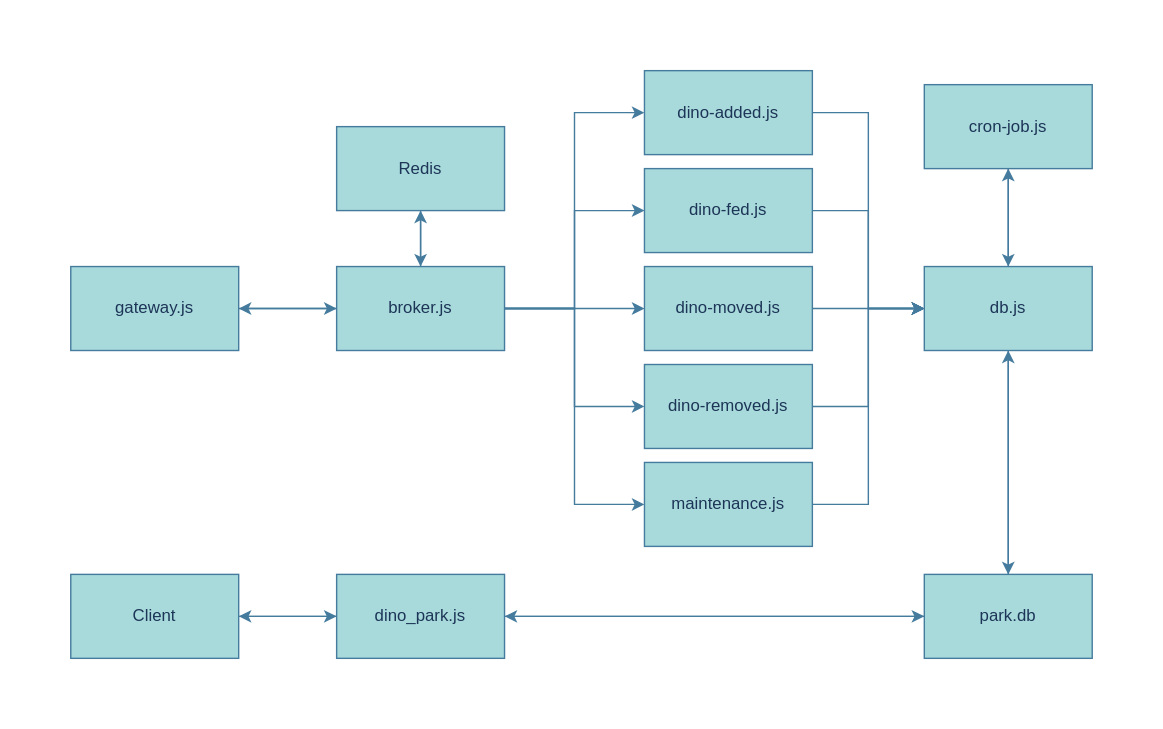
Earlier version of the draw.io export images/Dino_park_Architecture.svg (SebastianJordaan/dino_park). Source tidied: cells renumbered, new cells last; positions are measured from the earlier drawing's top-left corner, leaving out a move shared by most shapes.
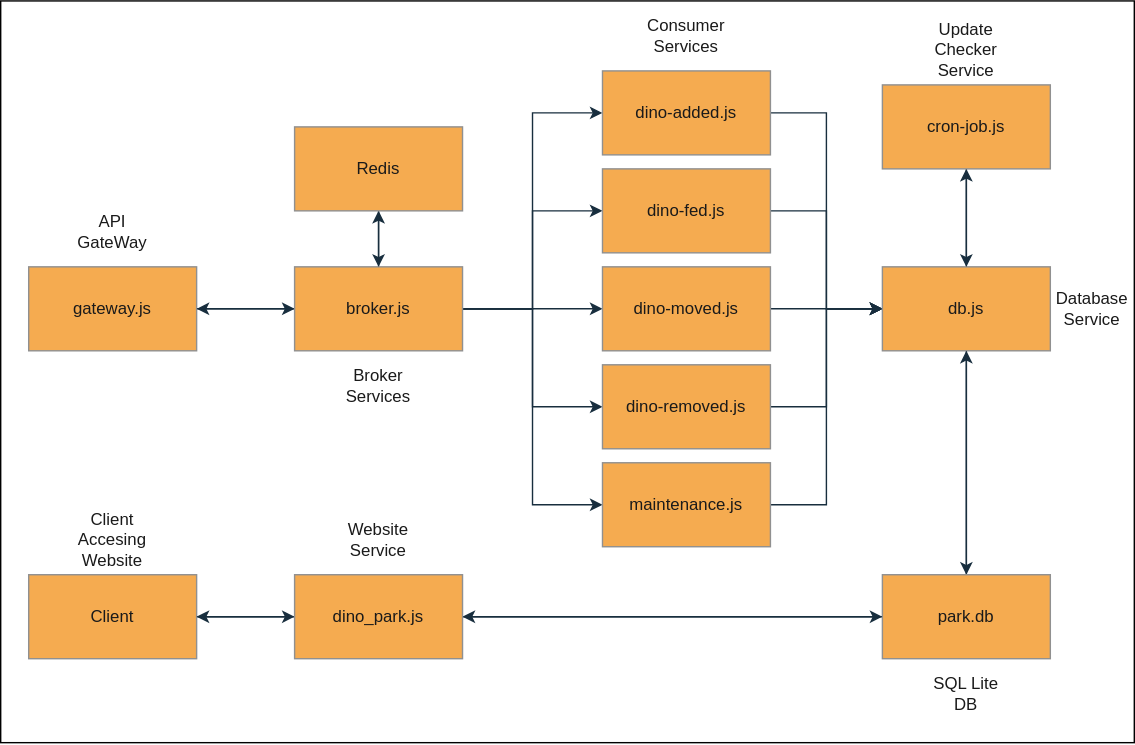
After the change.

Diff of the diagram source:
```diff
@@ -2,112 +2,139 @@
   <root>
     <mxCell id="0" />
     <mxCell id="1" parent="0" />
+    <mxCell id="37" style="rounded=0;whiteSpace=wrap;html=1;" parent="1" vertex="1">
+      <mxGeometry x="-20" y="-50" width="810" height="530" as="geometry" />
+    </mxCell>
-    <mxCell id="2" style="edgeStyle=orthogonalEdgeStyle;rounded=0;jettySize=auto;html=1;entryX=0;entryY=0.5;entryDx=0;entryDy=0;labelBackgroundColor=none;strokeColor=#457B9D;fontColor=default;" parent="1" edge="1" source="3" target="11">
+    <mxCell id="2" style="edgeStyle=orthogonalEdgeStyle;rounded=0;jettySize=auto;html=1;entryX=0;entryY=0.5;entryDx=0;entryDy=0;labelBackgroundColor=none;strokeColor=#182E3E;fontColor=default;" parent="1" edge="1" source="3" target="11">
       <mxGeometry relative="1" as="geometry" />
     </mxCell>
-    <mxCell id="3" value="gateway.js" style="rounded=0;whiteSpace=wrap;html=1;labelBackgroundColor=none;fillColor=#A8DADC;strokeColor=#457B9D;fontColor=#1D3557;" parent="1" vertex="1">
+    <mxCell id="3" value="gateway.js" style="rounded=0;whiteSpace=wrap;html=1;labelBackgroundColor=none;fillColor=#F5AB50;strokeColor=#909090;fontColor=#1A1A1A;" parent="1" vertex="1">
       <mxGeometry y="140" width="120" height="60" as="geometry" />
     </mxCell>
-    <mxCell id="4" style="edgeStyle=orthogonalEdgeStyle;rounded=0;jettySize=auto;html=1;entryX=1;entryY=0.5;entryDx=0;entryDy=0;labelBackgroundColor=none;strokeColor=#457B9D;fontColor=default;" parent="1" edge="1" source="11" target="3">
+    <mxCell id="4" style="edgeStyle=orthogonalEdgeStyle;rounded=0;jettySize=auto;html=1;entryX=1;entryY=0.5;entryDx=0;entryDy=0;labelBackgroundColor=none;strokeColor=#182E3E;fontColor=default;" parent="1" edge="1" source="11" target="3">
       <mxGeometry relative="1" as="geometry" />
     </mxCell>
-    <mxCell id="5" style="edgeStyle=orthogonalEdgeStyle;rounded=0;jettySize=auto;html=1;entryX=0.5;entryY=1;entryDx=0;entryDy=0;labelBackgroundColor=none;strokeColor=#457B9D;fontColor=default;" parent="1" edge="1" source="11" target="23">
+    <mxCell id="5" style="edgeStyle=orthogonalEdgeStyle;rounded=0;jettySize=auto;html=1;entryX=0.5;entryY=1;entryDx=0;entryDy=0;labelBackgroundColor=none;strokeColor=#182E3E;fontColor=default;" parent="1" edge="1" source="11" target="23">
       <mxGeometry relative="1" as="geometry" />
     </mxCell>
-    <mxCell id="6" style="edgeStyle=orthogonalEdgeStyle;rounded=0;jettySize=auto;html=1;entryX=0;entryY=0.5;entryDx=0;entryDy=0;labelBackgroundColor=none;strokeColor=#457B9D;fontColor=default;" parent="1" edge="1" source="11" target="13">
+    <mxCell id="6" style="edgeStyle=orthogonalEdgeStyle;rounded=0;jettySize=auto;html=1;entryX=0;entryY=0.5;entryDx=0;entryDy=0;labelBackgroundColor=none;strokeColor=#182E3E;fontColor=default;" parent="1" edge="1" source="11" target="13">
       <mxGeometry relative="1" as="geometry" />
     </mxCell>
-    <mxCell id="7" style="edgeStyle=orthogonalEdgeStyle;rounded=0;jettySize=auto;html=1;entryX=0;entryY=0.5;entryDx=0;entryDy=0;labelBackgroundColor=none;strokeColor=#457B9D;fontColor=default;" parent="1" edge="1" source="11" target="15">
+    <mxCell id="7" style="edgeStyle=orthogonalEdgeStyle;rounded=0;jettySize=auto;html=1;entryX=0;entryY=0.5;entryDx=0;entryDy=0;labelBackgroundColor=none;strokeColor=#182E3E;fontColor=default;" parent="1" edge="1" source="11" target="15">
       <mxGeometry relative="1" as="geometry" />
     </mxCell>
-    <mxCell id="8" style="edgeStyle=orthogonalEdgeStyle;rounded=0;jettySize=auto;html=1;entryX=0;entryY=0.5;entryDx=0;entryDy=0;labelBackgroundColor=none;strokeColor=#457B9D;fontColor=default;" parent="1" edge="1" source="11" target="17">
+    <mxCell id="8" style="edgeStyle=orthogonalEdgeStyle;rounded=0;jettySize=auto;html=1;entryX=0;entryY=0.5;entryDx=0;entryDy=0;labelBackgroundColor=none;strokeColor=#182E3E;fontColor=default;" parent="1" edge="1" source="11" target="17">
       <mxGeometry relative="1" as="geometry" />
     </mxCell>
-    <mxCell id="9" style="edgeStyle=orthogonalEdgeStyle;rounded=0;jettySize=auto;html=1;entryX=0;entryY=0.5;entryDx=0;entryDy=0;labelBackgroundColor=none;strokeColor=#457B9D;fontColor=default;" parent="1" edge="1" source="11" target="19">
+    <mxCell id="9" style="edgeStyle=orthogonalEdgeStyle;rounded=0;jettySize=auto;html=1;entryX=0;entryY=0.5;entryDx=0;entryDy=0;labelBackgroundColor=none;strokeColor=#182E3E;fontColor=default;" parent="1" edge="1" source="11" target="19">
       <mxGeometry relative="1" as="geometry" />
     </mxCell>
-    <mxCell id="10" style="edgeStyle=orthogonalEdgeStyle;rounded=0;jettySize=auto;html=1;entryX=0;entryY=0.5;entryDx=0;entryDy=0;labelBackgroundColor=none;strokeColor=#457B9D;fontColor=default;" parent="1" edge="1" source="11" target="21">
+    <mxCell id="10" style="edgeStyle=orthogonalEdgeStyle;rounded=0;jettySize=auto;html=1;entryX=0;entryY=0.5;entryDx=0;entryDy=0;labelBackgroundColor=none;strokeColor=#182E3E;fontColor=default;" parent="1" edge="1" source="11" target="21">
       <mxGeometry relative="1" as="geometry" />
     </mxCell>
-    <mxCell id="11" value="broker.js" style="rounded=0;whiteSpace=wrap;html=1;labelBackgroundColor=none;fillColor=#A8DADC;strokeColor=#457B9D;fontColor=#1D3557;" parent="1" vertex="1">
+    <mxCell id="11" value="broker.js" style="rounded=0;whiteSpace=wrap;html=1;labelBackgroundColor=none;fillColor=#F5AB50;strokeColor=#909090;fontColor=#1A1A1A;" parent="1" vertex="1">
       <mxGeometry x="190" y="140" width="120" height="60" as="geometry" />
     </mxCell>
-    <mxCell id="12" style="edgeStyle=orthogonalEdgeStyle;rounded=0;jettySize=auto;html=1;entryX=0;entryY=0.5;entryDx=0;entryDy=0;labelBackgroundColor=none;strokeColor=#457B9D;fontColor=default;" parent="1" edge="1" source="13" target="26">
+    <mxCell id="12" style="edgeStyle=orthogonalEdgeStyle;rounded=0;jettySize=auto;html=1;entryX=0;entryY=0.5;entryDx=0;entryDy=0;labelBackgroundColor=none;strokeColor=#182E3E;fontColor=default;" parent="1" edge="1" source="13" target="26">
       <mxGeometry relative="1" as="geometry" />
     </mxCell>
-    <mxCell id="13" value="dino-added.js" style="rounded=0;whiteSpace=wrap;html=1;labelBackgroundColor=none;fillColor=#A8DADC;strokeColor=#457B9D;fontColor=#1D3557;" parent="1" vertex="1">
+    <mxCell id="13" value="dino-added.js" style="rounded=0;whiteSpace=wrap;html=1;labelBackgroundColor=none;fillColor=#F5AB50;strokeColor=#909090;fontColor=#1A1A1A;" parent="1" vertex="1">
       <mxGeometry x="410" width="120" height="60" as="geometry" />
     </mxCell>
-    <mxCell id="14" style="edgeStyle=orthogonalEdgeStyle;rounded=0;jettySize=auto;html=1;entryX=0;entryY=0.5;entryDx=0;entryDy=0;labelBackgroundColor=none;strokeColor=#457B9D;fontColor=default;" parent="1" edge="1" source="15" target="26">
+    <mxCell id="14" style="edgeStyle=orthogonalEdgeStyle;rounded=0;jettySize=auto;html=1;entryX=0;entryY=0.5;entryDx=0;entryDy=0;labelBackgroundColor=none;strokeColor=#182E3E;fontColor=default;" parent="1" edge="1" source="15" target="26">
       <mxGeometry relative="1" as="geometry" />
     </mxCell>
-    <mxCell id="15" value="dino-fed.js" style="rounded=0;whiteSpace=wrap;html=1;labelBackgroundColor=none;fillColor=#A8DADC;strokeColor=#457B9D;fontColor=#1D3557;" parent="1" vertex="1">
+    <mxCell id="15" value="dino-fed.js" style="rounded=0;whiteSpace=wrap;html=1;labelBackgroundColor=none;fillColor=#F5AB50;strokeColor=#909090;fontColor=#1A1A1A;" parent="1" vertex="1">
       <mxGeometry x="410" y="70" width="120" height="60" as="geometry" />
     </mxCell>
-    <mxCell id="16" style="edgeStyle=orthogonalEdgeStyle;rounded=0;jettySize=auto;html=1;entryX=0;entryY=0.5;entryDx=0;entryDy=0;labelBackgroundColor=none;strokeColor=#457B9D;fontColor=default;" parent="1" edge="1" source="17" target="26">
+    <mxCell id="16" style="edgeStyle=orthogonalEdgeStyle;rounded=0;jettySize=auto;html=1;entryX=0;entryY=0.5;entryDx=0;entryDy=0;labelBackgroundColor=none;strokeColor=#182E3E;fontColor=default;" parent="1" edge="1" source="17" target="26">
       <mxGeometry relative="1" as="geometry" />
     </mxCell>
-    <mxCell id="17" value="dino-moved.js" style="rounded=0;whiteSpace=wrap;html=1;labelBackgroundColor=none;fillColor=#A8DADC;strokeColor=#457B9D;fontColor=#1D3557;" parent="1" vertex="1">
+    <mxCell id="17" value="dino-moved.js" style="rounded=0;whiteSpace=wrap;html=1;labelBackgroundColor=none;fillColor=#F5AB50;strokeColor=#909090;fontColor=#1A1A1A;" parent="1" vertex="1">
       <mxGeometry x="410" y="140" width="120" height="60" as="geometry" />
     </mxCell>
-    <mxCell id="18" style="edgeStyle=orthogonalEdgeStyle;rounded=0;jettySize=auto;html=1;entryX=0;entryY=0.5;entryDx=0;entryDy=0;labelBackgroundColor=none;strokeColor=#457B9D;fontColor=default;" parent="1" edge="1" source="19" target="26">
+    <mxCell id="18" style="edgeStyle=orthogonalEdgeStyle;rounded=0;jettySize=auto;html=1;entryX=0;entryY=0.5;entryDx=0;entryDy=0;labelBackgroundColor=none;strokeColor=#182E3E;fontColor=default;" parent="1" edge="1" source="19" target="26">
       <mxGeometry relative="1" as="geometry" />
     </mxCell>
-    <mxCell id="19" value="dino-removed.js" style="rounded=0;whiteSpace=wrap;html=1;labelBackgroundColor=none;fillColor=#A8DADC;strokeColor=#457B9D;fontColor=#1D3557;" parent="1" vertex="1">
+    <mxCell id="19" value="dino-removed.js" style="rounded=0;whiteSpace=wrap;html=1;labelBackgroundColor=none;fillColor=#F5AB50;strokeColor=#909090;fontColor=#1A1A1A;" parent="1" vertex="1">
       <mxGeometry x="410" y="210" width="120" height="60" as="geometry" />
     </mxCell>
-    <mxCell id="20" style="edgeStyle=orthogonalEdgeStyle;rounded=0;jettySize=auto;html=1;entryX=0;entryY=0.5;entryDx=0;entryDy=0;labelBackgroundColor=none;strokeColor=#457B9D;fontColor=default;" parent="1" edge="1" source="21" target="26">
+    <mxCell id="20" style="edgeStyle=orthogonalEdgeStyle;rounded=0;jettySize=auto;html=1;entryX=0;entryY=0.5;entryDx=0;entryDy=0;labelBackgroundColor=none;strokeColor=#182E3E;fontColor=default;" parent="1" edge="1" source="21" target="26">
       <mxGeometry relative="1" as="geometry" />
     </mxCell>
-    <mxCell id="21" value="maintenance.js" style="rounded=0;whiteSpace=wrap;html=1;labelBackgroundColor=none;fillColor=#A8DADC;strokeColor=#457B9D;fontColor=#1D3557;" parent="1" vertex="1">
+    <mxCell id="21" value="maintenance.js" style="rounded=0;whiteSpace=wrap;html=1;labelBackgroundColor=none;fillColor=#F5AB50;strokeColor=#909090;fontColor=#1A1A1A;" parent="1" vertex="1">
       <mxGeometry x="410" y="280" width="120" height="60" as="geometry" />
     </mxCell>
-    <mxCell id="22" style="edgeStyle=orthogonalEdgeStyle;rounded=0;jettySize=auto;html=1;entryX=0.5;entryY=0;entryDx=0;entryDy=0;labelBackgroundColor=none;strokeColor=#457B9D;fontColor=default;" parent="1" edge="1" source="23" target="11">
+    <mxCell id="22" style="edgeStyle=orthogonalEdgeStyle;rounded=0;jettySize=auto;html=1;entryX=0.5;entryY=0;entryDx=0;entryDy=0;labelBackgroundColor=none;strokeColor=#182E3E;fontColor=default;" parent="1" edge="1" source="23" target="11">
       <mxGeometry relative="1" as="geometry" />
     </mxCell>
-    <mxCell id="23" value="Redis" style="rounded=0;whiteSpace=wrap;html=1;labelBackgroundColor=none;fillColor=#A8DADC;strokeColor=#457B9D;fontColor=#1D3557;" parent="1" vertex="1">
+    <mxCell id="23" value="Redis" style="rounded=0;whiteSpace=wrap;html=1;labelBackgroundColor=none;fillColor=#F5AB50;strokeColor=#909090;fontColor=#1A1A1A;" parent="1" vertex="1">
       <mxGeometry x="190" y="40" width="120" height="60" as="geometry" />
     </mxCell>
-    <mxCell id="24" style="edgeStyle=orthogonalEdgeStyle;rounded=0;jettySize=auto;html=1;entryX=0.5;entryY=0;entryDx=0;entryDy=0;labelBackgroundColor=none;strokeColor=#457B9D;fontColor=default;" parent="1" edge="1" source="26" target="29">
+    <mxCell id="24" style="edgeStyle=orthogonalEdgeStyle;rounded=0;jettySize=auto;html=1;entryX=0.5;entryY=0;entryDx=0;entryDy=0;labelBackgroundColor=none;strokeColor=#182E3E;fontColor=default;" parent="1" edge="1" source="26" target="29">
       <mxGeometry relative="1" as="geometry" />
     </mxCell>
-    <mxCell id="25" style="edgeStyle=orthogonalEdgeStyle;rounded=0;jettySize=auto;html=1;entryX=0.5;entryY=1;entryDx=0;entryDy=0;labelBackgroundColor=none;strokeColor=#457B9D;fontColor=default;" parent="1" edge="1" source="26" target="36">
+    <mxCell id="25" style="edgeStyle=orthogonalEdgeStyle;rounded=0;jettySize=auto;html=1;entryX=0.5;entryY=1;entryDx=0;entryDy=0;labelBackgroundColor=none;strokeColor=#182E3E;fontColor=default;" parent="1" edge="1" source="26" target="36">
       <mxGeometry relative="1" as="geometry" />
     </mxCell>
-    <mxCell id="26" value="db.js" style="rounded=0;whiteSpace=wrap;html=1;labelBackgroundColor=none;fillColor=#A8DADC;strokeColor=#457B9D;fontColor=#1D3557;" parent="1" vertex="1">
+    <mxCell id="26" value="db.js" style="rounded=0;whiteSpace=wrap;html=1;labelBackgroundColor=none;fillColor=#F5AB50;strokeColor=#909090;fontColor=#1A1A1A;" parent="1" vertex="1">
       <mxGeometry x="610" y="140" width="120" height="60" as="geometry" />
     </mxCell>
-    <mxCell id="27" style="edgeStyle=orthogonalEdgeStyle;rounded=0;jettySize=auto;html=1;entryX=0.5;entryY=1;entryDx=0;entryDy=0;labelBackgroundColor=none;strokeColor=#457B9D;fontColor=default;" parent="1" edge="1" source="29" target="26">
+    <mxCell id="27" style="edgeStyle=orthogonalEdgeStyle;rounded=0;jettySize=auto;html=1;entryX=0.5;entryY=1;entryDx=0;entryDy=0;labelBackgroundColor=none;strokeColor=#182E3E;fontColor=default;" parent="1" edge="1" source="29" target="26">
       <mxGeometry relative="1" as="geometry" />
     </mxCell>
-    <mxCell id="28" style="edgeStyle=orthogonalEdgeStyle;rounded=0;jettySize=auto;html=1;entryX=1;entryY=0.5;entryDx=0;entryDy=0;labelBackgroundColor=none;strokeColor=#457B9D;fontColor=default;" parent="1" edge="1" source="29" target="34">
+    <mxCell id="28" style="edgeStyle=orthogonalEdgeStyle;rounded=0;jettySize=auto;html=1;entryX=1;entryY=0.5;entryDx=0;entryDy=0;labelBackgroundColor=none;strokeColor=#182E3E;fontColor=default;" parent="1" edge="1" source="29" target="34">
       <mxGeometry relative="1" as="geometry" />
     </mxCell>
-    <mxCell id="29" value="park.db" style="rounded=0;whiteSpace=wrap;html=1;labelBackgroundColor=none;fillColor=#A8DADC;strokeColor=#457B9D;fontColor=#1D3557;" parent="1" vertex="1">
+    <mxCell id="29" value="park.db" style="rounded=0;whiteSpace=wrap;html=1;labelBackgroundColor=none;fillColor=#F5AB50;strokeColor=#909090;fontColor=#1A1A1A;" parent="1" vertex="1">
       <mxGeometry x="610" y="360" width="120" height="60" as="geometry" />
     </mxCell>
-    <mxCell id="30" style="edgeStyle=orthogonalEdgeStyle;rounded=0;jettySize=auto;html=1;entryX=0;entryY=0.5;entryDx=0;entryDy=0;labelBackgroundColor=none;strokeColor=#457B9D;fontColor=default;" parent="1" edge="1" source="31" target="34">
+    <mxCell id="30" style="edgeStyle=orthogonalEdgeStyle;rounded=0;jettySize=auto;html=1;entryX=0;entryY=0.5;entryDx=0;entryDy=0;labelBackgroundColor=none;strokeColor=#182E3E;fontColor=default;" parent="1" edge="1" source="31" target="34">
       <mxGeometry relative="1" as="geometry" />
     </mxCell>
-    <mxCell id="31" value="Client" style="rounded=0;whiteSpace=wrap;html=1;labelBackgroundColor=none;fillColor=#A8DADC;strokeColor=#457B9D;fontColor=#1D3557;" parent="1" vertex="1">
+    <mxCell id="31" value="Client" style="rounded=0;whiteSpace=wrap;html=1;labelBackgroundColor=none;fillColor=#F5AB50;strokeColor=#909090;fontColor=#1A1A1A;" parent="1" vertex="1">
       <mxGeometry y="360" width="120" height="60" as="geometry" />
     </mxCell>
-    <mxCell id="32" style="edgeStyle=orthogonalEdgeStyle;rounded=0;jettySize=auto;html=1;labelBackgroundColor=none;strokeColor=#457B9D;fontColor=default;" parent="1" edge="1" source="34">
+    <mxCell id="32" style="edgeStyle=orthogonalEdgeStyle;rounded=0;jettySize=auto;html=1;labelBackgroundColor=none;strokeColor=#182E3E;fontColor=default;" parent="1" edge="1" source="34">
       <mxGeometry relative="1" as="geometry">
         <mxPoint x="610" y="390" as="targetPoint" />
       </mxGeometry>
     </mxCell>
-    <mxCell id="33" style="edgeStyle=orthogonalEdgeStyle;rounded=0;jettySize=auto;html=1;entryX=1;entryY=0.5;entryDx=0;entryDy=0;labelBackgroundColor=none;strokeColor=#457B9D;fontColor=default;" parent="1" edge="1" source="34" target="31">
+    <mxCell id="33" style="edgeStyle=orthogonalEdgeStyle;rounded=0;jettySize=auto;html=1;entryX=1;entryY=0.5;entryDx=0;entryDy=0;labelBackgroundColor=none;strokeColor=#182E3E;fontColor=default;" parent="1" edge="1" source="34" target="31">
       <mxGeometry relative="1" as="geometry" />
     </mxCell>
-    <mxCell id="34" value="dino_park.js" style="rounded=0;whiteSpace=wrap;html=1;labelBackgroundColor=none;fillColor=#A8DADC;strokeColor=#457B9D;fontColor=#1D3557;" parent="1" vertex="1">
+    <mxCell id="34" value="dino_park.js" style="rounded=0;whiteSpace=wrap;html=1;labelBackgroundColor=none;fillColor=#F5AB50;strokeColor=#909090;fontColor=#1A1A1A;" parent="1" vertex="1">
       <mxGeometry x="190" y="360" width="120" height="60" as="geometry" />
     </mxCell>
-    <mxCell id="35" style="edgeStyle=orthogonalEdgeStyle;rounded=0;jettySize=auto;html=1;entryX=0.5;entryY=0;entryDx=0;entryDy=0;labelBackgroundColor=none;strokeColor=#457B9D;fontColor=default;" parent="1" edge="1" source="36" target="26">
+    <mxCell id="35" style="edgeStyle=orthogonalEdgeStyle;rounded=0;jettySize=auto;html=1;entryX=0.5;entryY=0;entryDx=0;entryDy=0;labelBackgroundColor=none;strokeColor=#182E3E;fontColor=default;" parent="1" edge="1" source="36" target="26">
       <mxGeometry relative="1" as="geometry" />
     </mxCell>
-    <mxCell id="36" value="cron-job.js" style="rounded=0;whiteSpace=wrap;html=1;labelBackgroundColor=none;fillColor=#A8DADC;strokeColor=#457B9D;fontColor=#1D3557;" parent="1" vertex="1">
+    <mxCell id="36" value="cron-job.js" style="rounded=0;whiteSpace=wrap;html=1;labelBackgroundColor=none;fillColor=#F5AB50;strokeColor=#909090;fontColor=#1A1A1A;" parent="1" vertex="1">
       <mxGeometry x="610" y="10" width="120" height="60" as="geometry" />
     </mxCell>
+    <mxCell id="38" value="Client Accesing Website" style="text;html=1;whiteSpace=wrap;strokeColor=none;fillColor=none;align=center;verticalAlign=middle;rounded=0;fontColor=#1A1A1A;labelBackgroundColor=none;" parent="1" vertex="1">
+      <mxGeometry x="30" y="320" width="60" height="30" as="geometry" />
+    </mxCell>
+    <mxCell id="39" value="Website Service" style="text;html=1;whiteSpace=wrap;strokeColor=none;fillColor=none;align=center;verticalAlign=middle;rounded=0;fontColor=#1A1A1A;labelBackgroundColor=none;" parent="1" vertex="1">
+      <mxGeometry x="220" y="320" width="60" height="30" as="geometry" />
+    </mxCell>
+    <mxCell id="40" value="Broker Services" style="text;html=1;whiteSpace=wrap;strokeColor=none;fillColor=none;align=center;verticalAlign=middle;rounded=0;fontColor=#1A1A1A;labelBackgroundColor=none;" parent="1" vertex="1">
+      <mxGeometry x="220" y="210" width="60" height="30" as="geometry" />
+    </mxCell>
+    <mxCell id="41" value="API GateWay" style="text;html=1;whiteSpace=wrap;strokeColor=none;fillColor=none;align=center;verticalAlign=middle;rounded=0;fontColor=#1A1A1A;labelBackgroundColor=none;" parent="1" vertex="1">
+      <mxGeometry x="30" y="100" width="60" height="30" as="geometry" />
+    </mxCell>
+    <mxCell id="42" value="Consumer Services" style="text;html=1;whiteSpace=wrap;strokeColor=none;fillColor=none;align=center;verticalAlign=middle;rounded=0;fontColor=#1A1A1A;labelBackgroundColor=none;" parent="1" vertex="1">
+      <mxGeometry x="440" y="-40" width="60" height="30" as="geometry" />
+    </mxCell>
+    <mxCell id="43" value="Update Checker Service" style="text;html=1;whiteSpace=wrap;strokeColor=none;fillColor=none;align=center;verticalAlign=middle;rounded=0;fontColor=#1A1A1A;labelBackgroundColor=none;" parent="1" vertex="1">
+      <mxGeometry x="640" y="-30" width="60" height="30" as="geometry" />
+    </mxCell>
+    <mxCell id="44" value="Database Service" style="text;html=1;whiteSpace=wrap;strokeColor=none;fillColor=none;align=center;verticalAlign=middle;rounded=0;fontColor=#1A1A1A;labelBackgroundColor=none;" parent="1" vertex="1">
+      <mxGeometry x="730" y="155" width="60" height="30" as="geometry" />
+    </mxCell>
+    <mxCell id="45" value="SQL Lite DB" style="text;html=1;whiteSpace=wrap;strokeColor=none;fillColor=none;align=center;verticalAlign=middle;rounded=0;fontColor=#1A1A1A;labelBackgroundColor=none;" parent="1" vertex="1">
+      <mxGeometry x="640" y="430" width="60" height="30" as="geometry" />
+    </mxCell>
   </root>
 </mxGraphModel>
```
